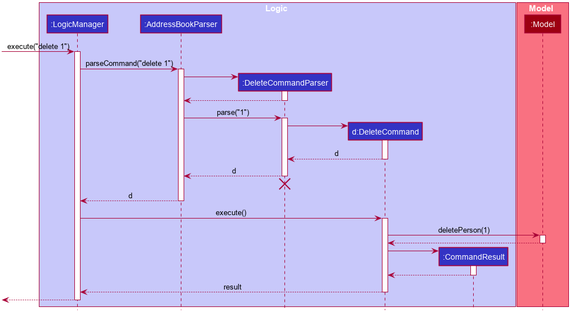
Above: docs/images/DeleteSequenceDiagram.png in nus-cs2103-AY1920S1/addressbook-level3 (PlantUML), before the change.
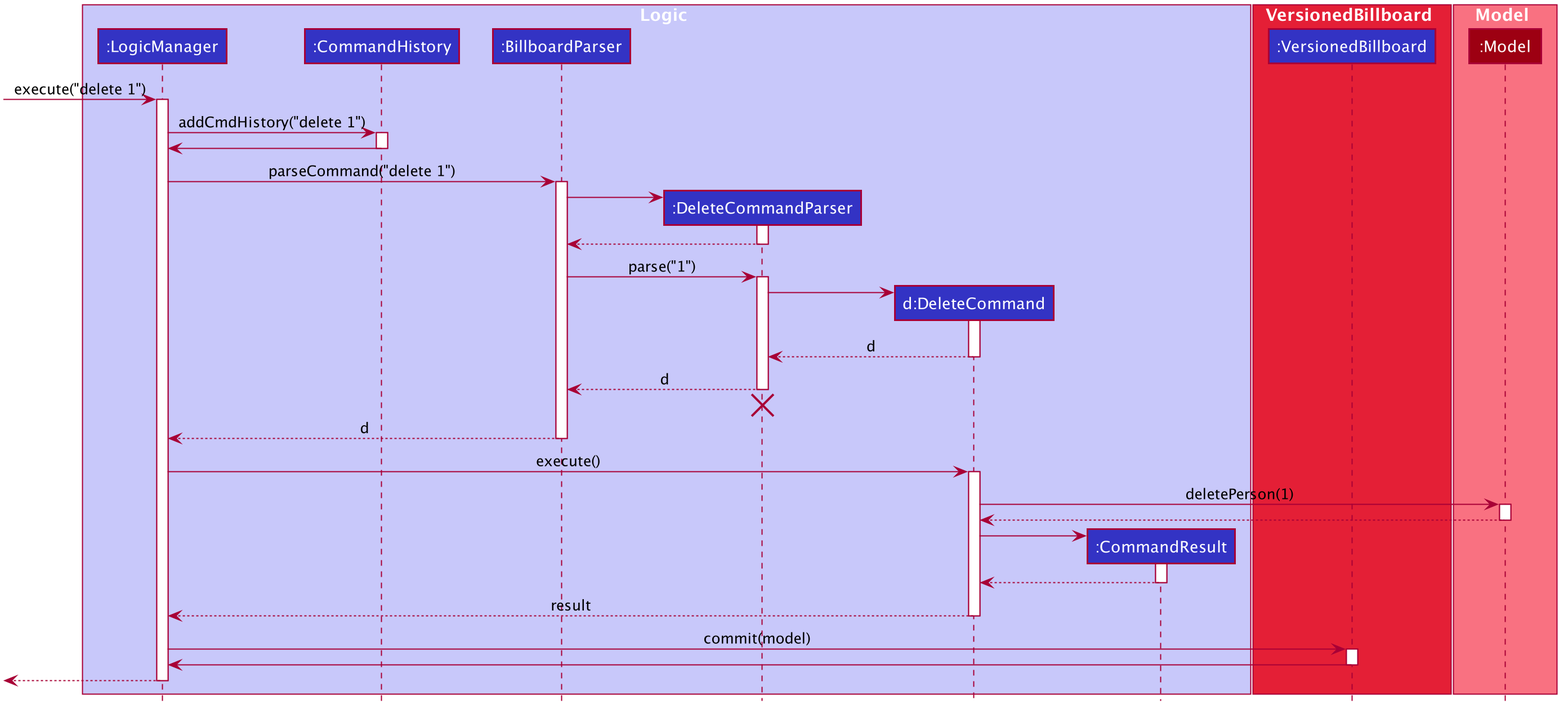
Above is the later version.

Change to the diagram source:
```diff
@@ -50,10 +50,16 @@
 
 box Logic #C8C8FA
 participant ":LogicManager" as LogicManager #3333C4
-participant ":AddressBookParser" as AddressBookParser #3333C4
+participant ":CommandHistory" as CommandHistory #3333C4
+participant ":BillboardParser" as BillboardParser #3333C4
 participant ":DeleteCommandParser" as DeleteCommandParser #3333C4
 participant "d:DeleteCommand" as DeleteCommand #3333C4
 participant ":CommandResult" as CommandResult #3333C4
+participant ":VersionedBillboard" as VersionedBillboard #3333C4
+end box
+
+box VersionedBillboard #E41F36
+participant ":VersionedBillboard" as VersionedBillboard #7B000E
 end box
 
 box Model #F97181
@@ -63,17 +69,23 @@
 [-> LogicManager : execute("delete 1")
 activate LogicManager
 
-LogicManager -> AddressBookParser : parseCommand("delete 1")
-activate AddressBookParser
+LogicManager -> CommandHistory : addCmdHistory("delete 1")
+activate CommandHistory
+
+CommandHistory -> LogicManager
+deactivate CommandHistory
+
+LogicManager -> BillboardParser : parseCommand("delete 1")
+activate BillboardParser
 
 create DeleteCommandParser
-AddressBookParser -> DeleteCommandParser
+BillboardParser -> DeleteCommandParser
 activate DeleteCommandParser
 
-DeleteCommandParser --> AddressBookParser
+DeleteCommandParser --> BillboardParser
 deactivate DeleteCommandParser
 
-AddressBookParser -> DeleteCommandParser : parse("1")
+BillboardParser -> DeleteCommandParser : parse("1")
 activate DeleteCommandParser
 
 create DeleteCommand
@@ -83,13 +95,13 @@
 DeleteCommand --> DeleteCommandParser : d
 deactivate DeleteCommand
 
-DeleteCommandParser --> AddressBookParser : d
+DeleteCommandParser --> BillboardParser : d
 deactivate DeleteCommandParser
-DeleteCommandParser -[hidden]-> AddressBookParser
+DeleteCommandParser -[hidden]-> BillboardParser
 destroy DeleteCommandParser
 
-AddressBookParser --> LogicManager : d
-deactivate AddressBookParser
+BillboardParser --> LogicManager : d
+deactivate BillboardParser
 
 LogicManager -> DeleteCommand : execute()
 activate DeleteCommand
@@ -110,6 +122,12 @@
 DeleteCommand --> LogicManager : result
 deactivate DeleteCommand
 
+LogicManager -> VersionedBillboard : commit(model)
+activate VersionedBillboard
+
+VersionedBillboard -> LogicManager
+deactivate VersionedBillboard
+
 [<--LogicManager
 deactivate LogicManager
 @enduml
```
